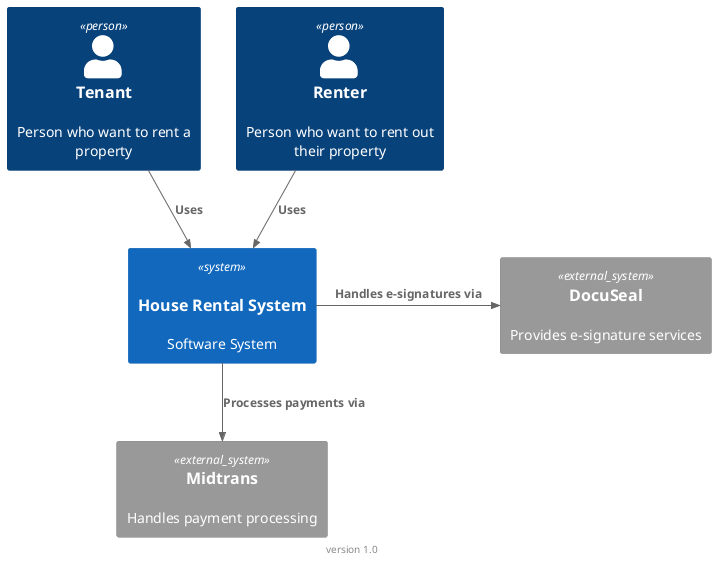
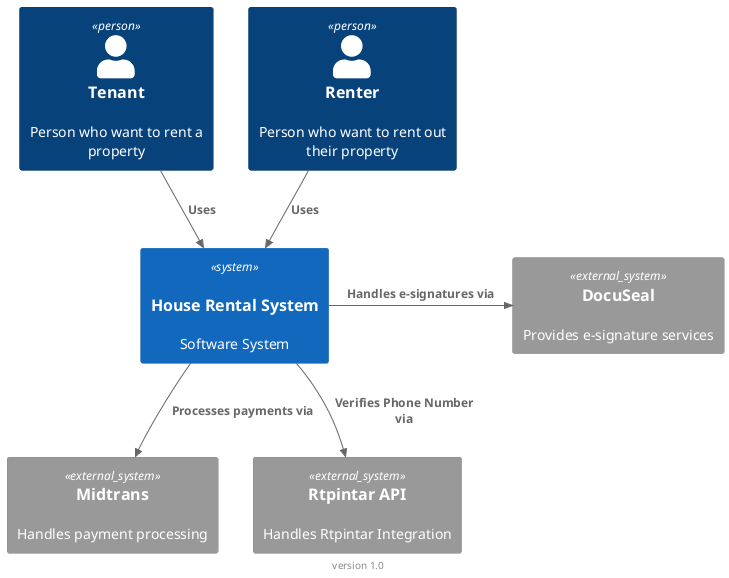
@startuml "(C4D-01) System Context Diagram"
!include <C4/C4_Container>
footer "version 1.0"

' LAYOUT_WITH_LEGEND()

Person(tenant, "Tenant", "Person who want to rent a property")
Person(renter, "Renter", "Person who want to rent out their property")
System(houseRental, "House Rental System","sasa", $descr="Software System")
System_Ext(docuSeal, "DocuSeal", "Provides e-signature services")
System_Ext(paymentGW, "Midtrans", "Handles payment processing")
+ System_Ext(rtpintar, "Rtpintar API", "Handles Rtpintar Integration")

Rel_D(tenant, houseRental, "Uses")
Rel_D(renter, houseRental, "Uses")
Rel_R(houseRental, docuSeal, "Handles e-signatures via")
Rel_D(houseRental, paymentGW, "Processes payments via")
+ Rel_D(houseRental, rtpintar,"Verifies Phone Number via")
@enduml